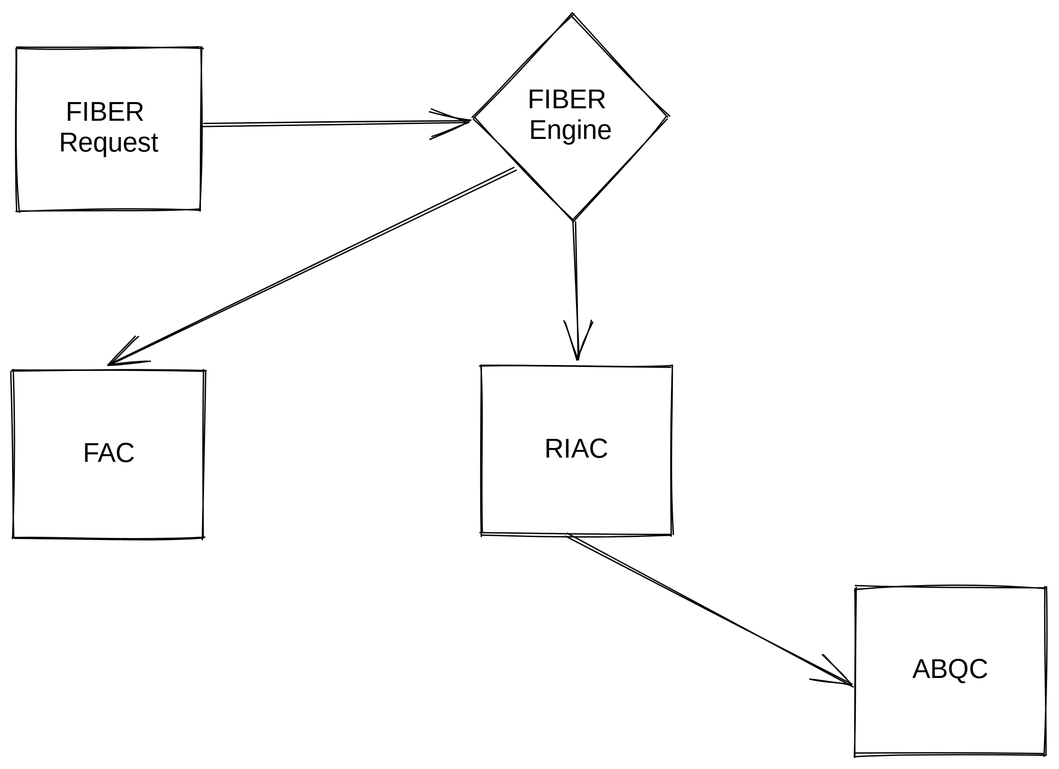
Before: .gitbook/assets/file.drawing (1).svg, a diagram exported from Excalidraw (ferrumnet/ferrum-network-multiSwap-and-bridge-architecture). Source tidied: one line per element, renumbered; positions are measured from the earlier drawing's top-left corner, leaving out a move shared by most shapes. Its diagram source:
```json
{"id": 0, "type": "diamond", "strokeColor": "#000000", "strokeWidth": 1, "roughness": 1, "x": 343, "y": 0, "width": 144, "height": 154}
{"id": 1, "type": "rectangle", "strokeColor": "#000000", "strokeWidth": 1, "roughness": 1, "x": 3, "y": 26, "width": 137, "height": 122}
{"id": 2, "type": "text", "text": "FIBER \nRequest", "strokeColor": "#000000", "strokeWidth": 1, "roughness": 1, "fontSize": 20, "fontFamily": 1, "textAlign": "center", "verticalAlign": "middle", "inside": 1, "x": 8, "y": 63, "width": 127, "height": 46}
{"id": 3, "type": "arrow", "strokeColor": "#000000", "strokeWidth": 1, "roughness": 1, "endArrowhead": "arrow", "from": 1, "to": 0, "x": 141, "y": 83, "width": 198, "height": 2, "points": [[0, 0], [198, -2]]}
{"id": 4, "type": "text", "text": "FIBER \nEngine", "strokeColor": "#000000", "strokeWidth": 1, "roughness": 1, "fontSize": 20, "fontFamily": 1, "textAlign": "center", "verticalAlign": "middle", "inside": 0, "x": 348, "y": 54, "width": 134, "height": 46}
{"id": 5, "type": "rectangle", "strokeColor": "#000000", "strokeWidth": 1, "roughness": 1, "x": 0, "y": 266, "width": 142, "height": 126}
{"id": 6, "type": "rectangle", "strokeColor": "#000000", "strokeWidth": 1, "roughness": 1, "x": 349, "y": 263, "width": 142, "height": 126}
{"id": 7, "type": "rectangle", "strokeColor": "#000000", "strokeWidth": 1, "roughness": 1, "x": 627, "y": 427, "width": 142, "height": 126}
{"id": 8, "type": "text", "text": "FAC", "strokeColor": "#000000", "strokeWidth": 1, "roughness": 1, "fontSize": 20, "fontFamily": 1, "textAlign": "center", "verticalAlign": "middle", "inside": 5, "x": 5, "y": 317, "width": 132, "height": 23}
{"id": 9, "type": "text", "text": "RIAC", "strokeColor": "#000000", "strokeWidth": 1, "roughness": 1, "fontSize": 20, "fontFamily": 1, "textAlign": "center", "verticalAlign": "middle", "inside": 6, "x": 354, "y": 314, "width": 132, "height": 23}
{"id": 10, "type": "text", "text": "ABQC", "strokeColor": "#000000", "strokeWidth": 1, "roughness": 1, "fontSize": 20, "fontFamily": 1, "textAlign": "center", "verticalAlign": "middle", "inside": 7, "x": 632, "y": 478, "width": 132, "height": 23}
{"id": 11, "type": "arrow", "strokeColor": "#000000", "strokeWidth": 1, "roughness": 1, "endArrowhead": "arrow", "from": 0, "to": 5, "x": 374, "y": 116, "width": 301, "height": 146, "points": [[0, 0], [-301, 146]]}
{"id": 12, "type": "arrow", "strokeColor": "#000000", "strokeWidth": 1, "roughness": 1, "endArrowhead": "arrow", "from": 0, "to": 6, "x": 418, "y": 155, "width": 3, "height": 101, "points": [[0, 0], [3, 101]]}
{"id": 13, "type": "arrow", "strokeColor": "#000000", "strokeWidth": 1, "roughness": 1, "endArrowhead": "arrow", "to": 7, "x": 413, "y": 388, "width": 213, "height": 113, "points": [[0, 0], [213, 113]]}
```
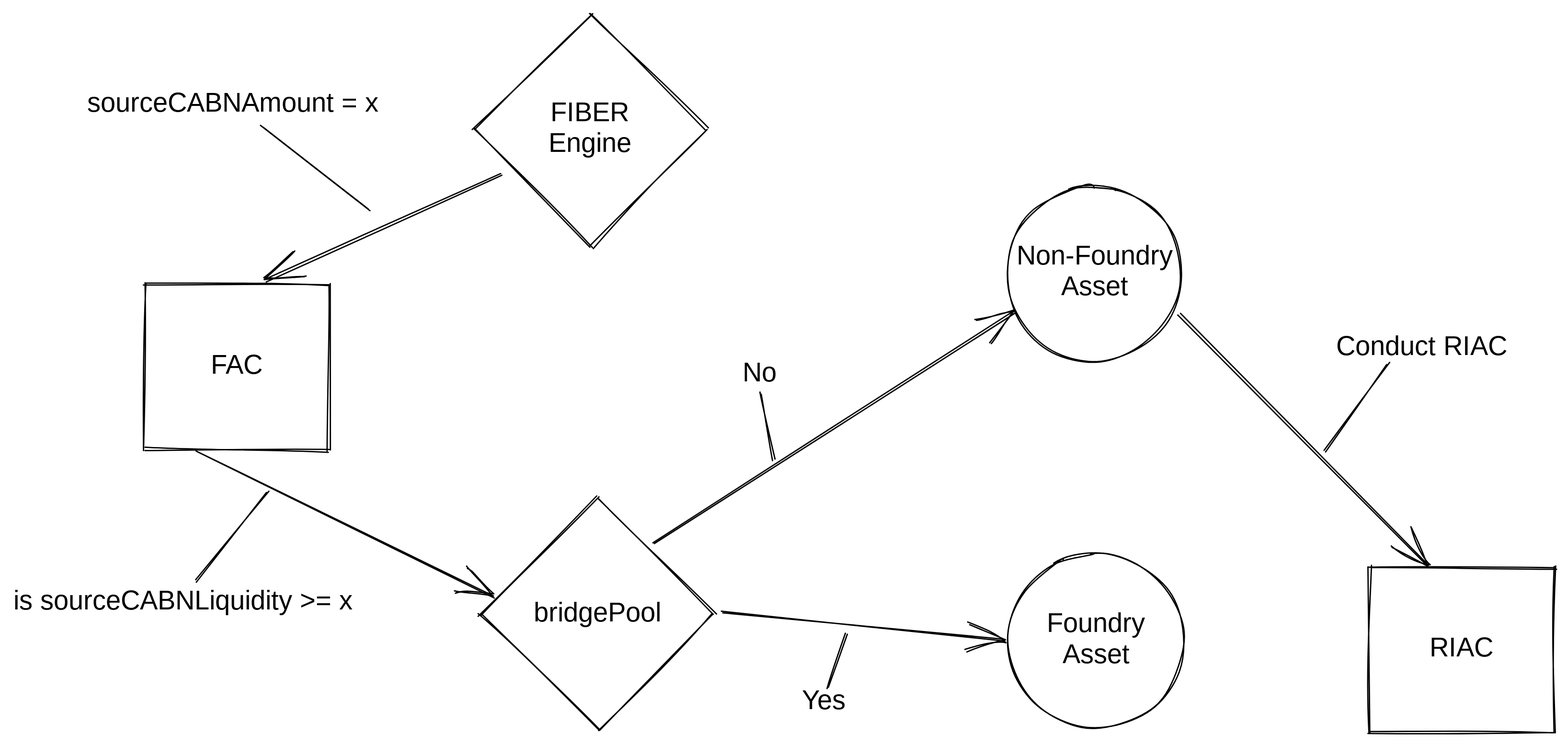
Above is the later version.

Commit message:
GitBook: [#73] RIAC flow

The edit, as a diff of the source:
```diff
@@ -1,14 +1,27 @@
-{"id": 0, "type": "diamond", "strokeColor": "#000000", "strokeWidth": 1, "roughness": 1, "x": 343, "y": 0, "width": 144, "height": 154}
-{"id": 1, "type": "rectangle", "strokeColor": "#000000", "strokeWidth": 1, "roughness": 1, "x": 3, "y": 26, "width": 137, "height": 122}
-{"id": 2, "type": "text", "text": "FIBER \nRequest", "strokeColor": "#000000", "strokeWidth": 1, "roughness": 1, "fontSize": 20, "fontFamily": 1, "textAlign": "center", "verticalAlign": "middle", "inside": 1, "x": 8, "y": 63, "width": 127, "height": 46}
-{"id": 3, "type": "arrow", "strokeColor": "#000000", "strokeWidth": 1, "roughness": 1, "endArrowhead": "arrow", "from": 1, "to": 0, "x": 141, "y": 83, "width": 198, "height": 2, "points": [[0, 0], [198, -2]]}
+{"id": 14, "type": "diamond", "strokeColor": "#000000", "strokeWidth": 1, "roughness": 1, "x": 196, "y": -13, "width": 174, "height": 174}
+{"id": 15, "type": "diamond", "strokeColor": "#000000", "strokeWidth": 1, "roughness": 1, "x": 202, "y": 348, "width": 174, "height": 174}
-{"id": 4, "type": "text", "text": "FIBER \nEngine", "strokeColor": "#000000", "strokeWidth": 1, "roughness": 1, "fontSize": 20, "fontFamily": 1, "textAlign": "center", "verticalAlign": "middle", "inside": 0, "x": 348, "y": 54, "width": 134, "height": 46}
+{"id": 4, "type": "text", "text": "FIBER\nEngine", "strokeColor": "#000000", "strokeWidth": 1, "roughness": 1, "fontSize": 20, "fontFamily": 1, "textAlign": "center", "verticalAlign": "middle", "inside": 14, "x": 201, "y": 50, "width": 164, "height": 46}
-{"id": 5, "type": "rectangle", "strokeColor": "#000000", "strokeWidth": 1, "roughness": 1, "x": 0, "y": 266, "width": 142, "height": 126}
-{"id": 6, "type": "rectangle", "strokeColor": "#000000", "strokeWidth": 1, "roughness": 1, "x": 349, "y": 263, "width": 142, "height": 126}
-{"id": 7, "type": "rectangle", "strokeColor": "#000000", "strokeWidth": 1, "roughness": 1, "x": 627, "y": 427, "width": 142, "height": 126}
+{"id": 16, "type": "text", "text": "bridgePool", "strokeColor": "#000000", "strokeWidth": 1, "roughness": 1, "fontSize": 20, "fontFamily": 1, "textAlign": "center", "verticalAlign": "middle", "inside": 15, "x": 207, "y": 423, "width": 164, "height": 23}
+{"id": 17, "type": "rectangle", "strokeColor": "#000000", "strokeWidth": 1, "roughness": 1, "x": -49, "y": 188, "width": 138, "height": 124}
+{"id": 18, "type": "rectangle", "strokeColor": "#000000", "strokeWidth": 1, "roughness": 1, "x": 864, "y": 399, "width": 138, "height": 124}
-{"id": 8, "type": "text", "text": "FAC", "strokeColor": "#000000", "strokeWidth": 1, "roughness": 1, "fontSize": 20, "fontFamily": 1, "textAlign": "center", "verticalAlign": "middle", "inside": 5, "x": 5, "y": 317, "width": 132, "height": 23}
+{"id": 8, "type": "text", "text": "FAC", "strokeColor": "#000000", "strokeWidth": 1, "roughness": 1, "fontSize": 20, "fontFamily": 1, "textAlign": "center", "verticalAlign": "middle", "inside": 17, "x": -44, "y": 238, "width": 128, "height": 23}
-{"id": 9, "type": "text", "text": "RIAC", "strokeColor": "#000000", "strokeWidth": 1, "roughness": 1, "fontSize": 20, "fontFamily": 1, "textAlign": "center", "verticalAlign": "middle", "inside": 6, "x": 354, "y": 314, "width": 132, "height": 23}
+{"id": 9, "type": "text", "text": "RIAC", "strokeColor": "#000000", "strokeWidth": 1, "roughness": 1, "fontSize": 20, "fontFamily": 1, "textAlign": "center", "verticalAlign": "middle", "inside": 18, "x": 869, "y": 449, "width": 128, "height": 23}
-{"id": 10, "type": "text", "text": "ABQC", "strokeColor": "#000000", "strokeWidth": 1, "roughness": 1, "fontSize": 20, "fontFamily": 1, "textAlign": "center", "verticalAlign": "middle", "inside": 7, "x": 632, "y": 478, "width": 132, "height": 23}
-{"id": 11, "type": "arrow", "strokeColor": "#000000", "strokeWidth": 1, "roughness": 1, "endArrowhead": "arrow", "from": 0, "to": 5, "x": 374, "y": 116, "width": 301, "height": 146, "points": [[0, 0], [-301, 146]]}
-{"id": 12, "type": "arrow", "strokeColor": "#000000", "strokeWidth": 1, "roughness": 1, "endArrowhead": "arrow", "from": 0, "to": 6, "x": 418, "y": 155, "width": 3, "height": 101, "points": [[0, 0], [3, 101]]}
-{"id": 13, "type": "arrow", "strokeColor": "#000000", "strokeWidth": 1, "roughness": 1, "endArrowhead": "arrow", "to": 7, "x": 413, "y": 388, "width": 213, "height": 113, "points": [[0, 0], [213, 113]]}
+{"id": 19, "type": "arrow", "strokeColor": "#000000", "strokeWidth": 1, "roughness": 1, "endArrowhead": "arrow", "from": 14, "to": 17, "x": 216, "y": 108, "width": 175, "height": 79, "points": [[0, 0], [-175, 79]]}
+{"id": 20, "type": "text", "text": "sourceCABNAmount = x", "strokeColor": "#000000", "strokeWidth": 1, "roughness": 1, "fontSize": 20, "fontFamily": 1, "x": -91, "y": 42, "width": 230, "height": 25}
+{"id": 21, "type": "line", "strokeColor": "#000000", "strokeWidth": 1, "roughness": 1, "x": 119, "y": 134, "width": 80, "height": 64, "points": [[0, 0], [-80, -64]]}
+{"id": 22, "type": "arrow", "strokeColor": "#000000", "strokeWidth": 1, "roughness": 1, "endArrowhead": "arrow", "from": 17, "to": 15, "x": -10, "y": 313, "width": 221, "height": 109, "points": [[0, 0], [221, 109]]}
+{"id": 23, "type": "text", "text": "is sourceCABNLiquidity >= x", "strokeColor": "#000000", "strokeWidth": 1, "roughness": 1, "fontSize": 20, "fontFamily": 1, "x": -146, "y": 413, "width": 275, "height": 25}
+{"id": 24, "type": "line", "strokeColor": "#000000", "strokeWidth": 1, "roughness": 1, "x": 43, "y": 344, "width": 54, "height": 67, "points": [[0, 0], [-54, 67]]}
+{"id": 25, "type": "ellipse", "strokeColor": "#000000", "strokeWidth": 1, "roughness": 1, "x": 594, "y": 115, "width": 131, "height": 131}
+{"id": 26, "type": "ellipse", "strokeColor": "#000000", "strokeWidth": 1, "roughness": 1, "x": 595, "y": 389, "width": 131, "height": 131}
+{"id": 27, "type": "text", "text": "Non-Foundry\nAsset", "strokeColor": "#000000", "strokeWidth": 1, "roughness": 1, "fontSize": 20, "fontFamily": 1, "textAlign": "center", "verticalAlign": "middle", "inside": 25, "x": 599, "y": 157, "width": 121, "height": 46}
+{"id": 28, "type": "text", "text": "Foundry\nAsset", "strokeColor": "#000000", "strokeWidth": 1, "roughness": 1, "fontSize": 20, "fontFamily": 1, "textAlign": "center", "verticalAlign": "middle", "inside": 26, "x": 600, "y": 431, "width": 121, "height": 46}
+{"id": 29, "type": "arrow", "strokeColor": "#000000", "strokeWidth": 1, "roughness": 1, "endArrowhead": "arrow", "from": 15, "to": 26, "x": 382, "y": 434, "width": 209, "height": 19, "points": [[0, 0], [209, 19]]}
+{"id": 30, "type": "arrow", "strokeColor": "#000000", "strokeWidth": 1, "roughness": 1, "endArrowhead": "arrow", "from": 15, "to": 25, "x": 330, "y": 381, "width": 269, "height": 172, "points": [[0, 0], [269, -172]]}
+{"id": 31, "type": "text", "text": "Yes", "strokeColor": "#000000", "strokeWidth": 1, "roughness": 1, "fontSize": 20, "fontFamily": 1, "textAlign": "center", "x": 441, "y": 487, "width": 33, "height": 25}
+{"id": 32, "type": "line", "strokeColor": "#000000", "strokeWidth": 1, "roughness": 1, "x": 475, "y": 449, "width": 14, "height": 41, "points": [[0, 0], [-14, 41]]}
+{"id": 33, "type": "text", "text": "No", "strokeColor": "#000000", "strokeWidth": 1, "roughness": 1, "fontSize": 20, "fontFamily": 1, "textAlign": "center", "x": 397, "y": 243, "width": 25, "height": 25}
+{"id": 34, "type": "line", "strokeColor": "#000000", "strokeWidth": 1, "roughness": 1, "x": 420, "y": 320, "width": 9, "height": 51, "points": [[0, 0], [-9, -51]]}
+{"id": 35, "type": "arrow", "strokeColor": "#000000", "strokeWidth": 1, "roughness": 1, "endArrowhead": "arrow", "from": 25, "to": 18, "x": 722, "y": 212, "width": 185, "height": 186, "points": [[0, 0], [185, 186]]}
+{"id": 36, "type": "text", "text": "Conduct RIAC", "strokeColor": "#000000", "strokeWidth": 1, "roughness": 1, "fontSize": 20, "fontFamily": 1, "textAlign": "center", "x": 834, "y": 223, "width": 139, "height": 25}
+{"id": 37, "type": "line", "strokeColor": "#000000", "strokeWidth": 1, "roughness": 1, "x": 831, "y": 314, "width": 47, "height": 66, "points": [[0, 0], [47, -66]]}
```
